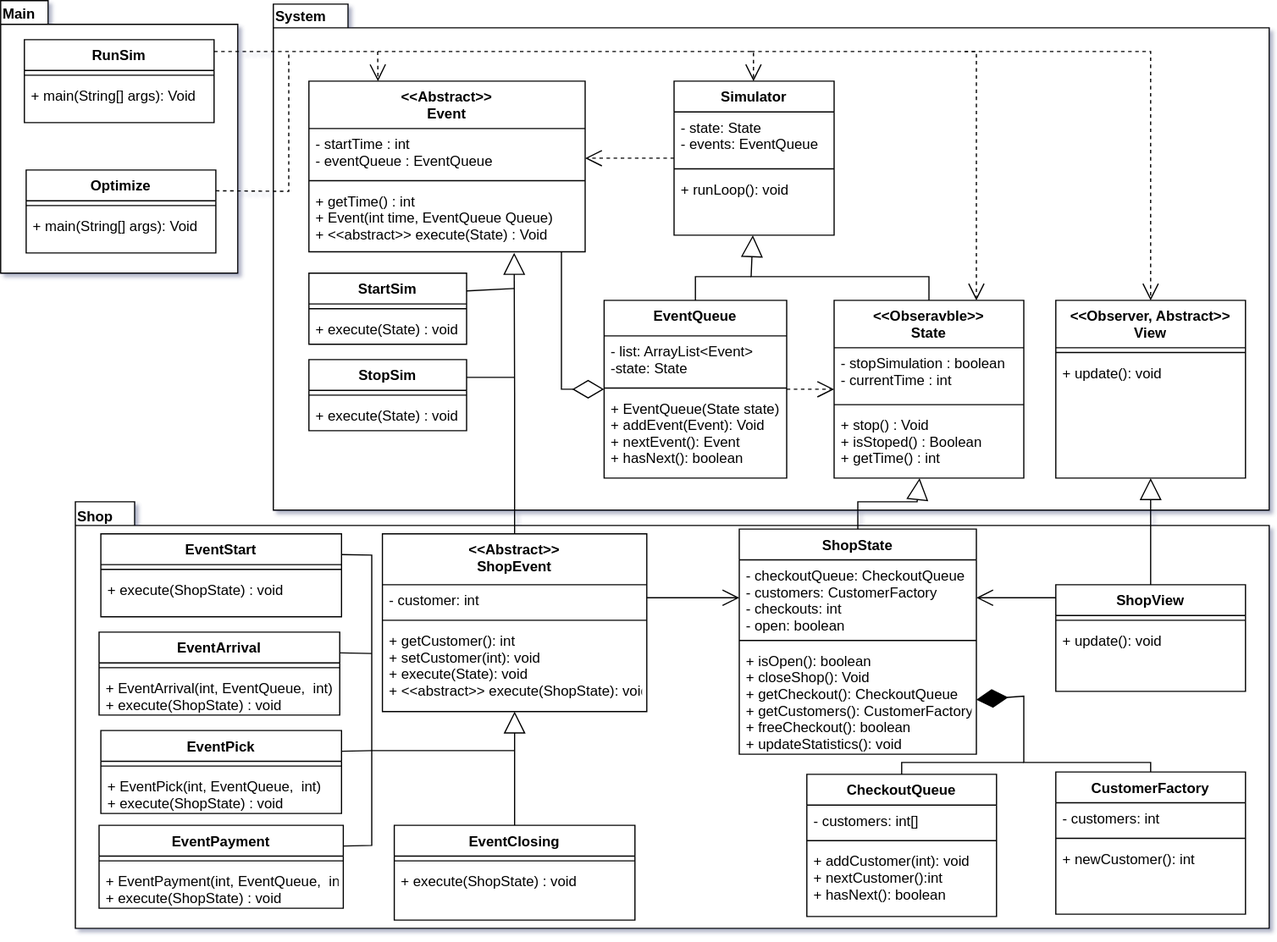
Earlier version of the draw.io export docs/uml.drawio.svg (Spooky-Firefox/labb_6). Source tidied: cells renumbered, new cells last; positions are measured from the earlier drawing's top-left corner, leaving out a move shared by most shapes.
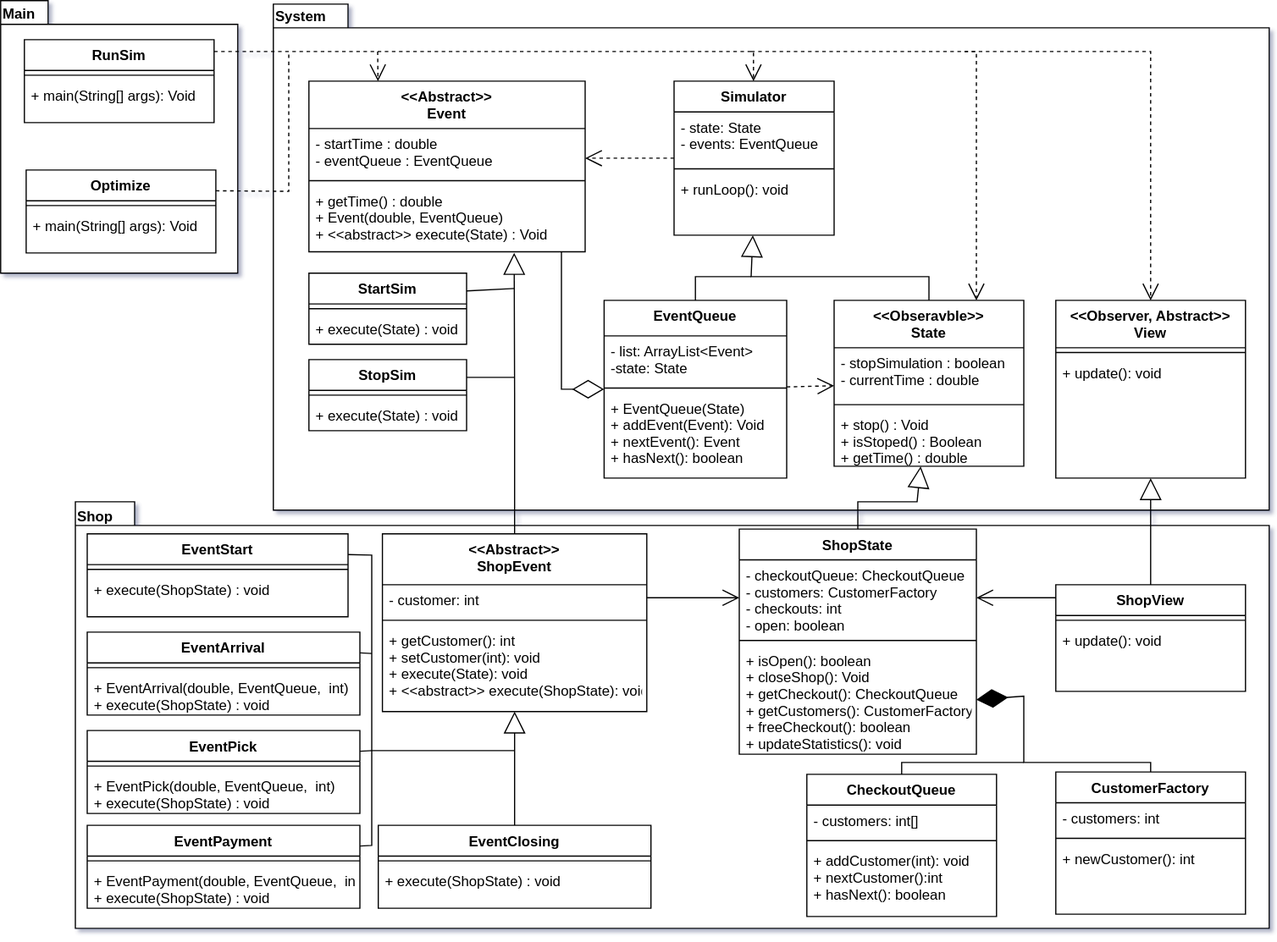
The same diagram one commit later.

Commit message:
Updates UML with double times

Diff of the diagram source:
```diff
@@ -32,19 +32,19 @@
     <mxCell id="11" style="line;strokeWidth=1;fillColor=none;align=left;verticalAlign=middle;spacingTop=-1;spacingLeft=3;spacingRight=3;labelPosition=right;strokeColor=inherit;" parent="9" vertex="1">
       <mxGeometry y="70" width="154" height="8" as="geometry" />
     </mxCell>
-    <mxCell id="12" value="+ EventQueue(State state)&#10;+ addEvent(Event): Void&#10;+ nextEvent(): Event&#10;+ hasNext(): boolean" style="text;strokeColor=none;fillColor=none;align=left;verticalAlign=top;spacingLeft=4;spacingRight=4;overflow=hidden;" parent="9" vertex="1">
+    <mxCell id="12" value="+ EventQueue(State)&#10;+ addEvent(Event): Void&#10;+ nextEvent(): Event&#10;+ hasNext(): boolean" style="text;strokeColor=none;fillColor=none;align=left;verticalAlign=top;spacingLeft=4;spacingRight=4;overflow=hidden;" parent="9" vertex="1">
       <mxGeometry y="78" width="154" height="72" as="geometry" />
     </mxCell>
     <mxCell id="13" value="&lt;&lt;Abstract&gt;&gt;&#10;Event" style="swimlane;fontStyle=1;align=center;verticalAlign=top;horizontal=1;startSize=40;" parent="1" vertex="1">
       <mxGeometry x="260" y="68" width="233" height="144" as="geometry" />
     </mxCell>
-    <mxCell id="14" value="- startTime : int&#10;- eventQueue : EventQueue" style="text;strokeColor=none;fillColor=none;align=left;verticalAlign=top;spacingLeft=4;spacingRight=4;overflow=hidden;" parent="13" vertex="1">
+    <mxCell id="14" value="- startTime : double&#10;- eventQueue : EventQueue" style="text;strokeColor=none;fillColor=none;align=left;verticalAlign=top;spacingLeft=4;spacingRight=4;overflow=hidden;" parent="13" vertex="1">
       <mxGeometry y="40" width="233" height="40" as="geometry" />
     </mxCell>
     <mxCell id="15" style="line;strokeWidth=1;fillColor=none;align=left;verticalAlign=middle;spacingTop=-1;spacingLeft=3;spacingRight=3;labelPosition=right;strokeColor=inherit;" parent="13" vertex="1">
       <mxGeometry y="80" width="233" height="8" as="geometry" />
     </mxCell>
-    <mxCell id="16" value="+ getTime() : int&#10;+ Event(int time, EventQueue Queue)&#10;+ &lt;&lt;abstract&gt;&gt; execute(State) : Void" style="text;strokeColor=none;fillColor=none;align=left;verticalAlign=top;spacingLeft=4;spacingRight=4;overflow=hidden;points=[[0,0.5],[1,0.5]];portConstraint=eastwest;" parent="13" vertex="1">
+    <mxCell id="16" value="+ getTime() : double&#10;+ Event(double, EventQueue)&#10;+ &lt;&lt;abstract&gt;&gt; execute(State) : Void" style="text;strokeColor=none;fillColor=none;align=left;verticalAlign=top;spacingLeft=4;spacingRight=4;overflow=hidden;points=[[0,0.5],[1,0.5]];portConstraint=eastwest;" parent="13" vertex="1">
       <mxGeometry y="88" width="233" height="56" as="geometry" />
     </mxCell>
     <mxCell id="17" style="endArrow=diamondThin;endFill=0;endSize=24;html=1;rounded=0;edgeStyle=orthogonalEdgeStyle;" parent="1" edge="1" source="13" target="9">
@@ -55,16 +55,16 @@
       </mxGeometry>
     </mxCell>
     <mxCell id="18" value="&lt;&lt;Obseravble&gt;&gt;&#10;State" style="swimlane;fontStyle=1;align=center;verticalAlign=top;horizontal=1;startSize=40;" parent="1" vertex="1">
-      <mxGeometry x="703" y="253" width="160" height="150" as="geometry" />
+      <mxGeometry x="703" y="253" width="160" height="140" as="geometry" />
     </mxCell>
-    <mxCell id="19" value="- stopSimulation : boolean&#10;- currentTime : int" style="text;strokeColor=none;fillColor=none;align=left;verticalAlign=top;spacingLeft=4;spacingRight=4;overflow=hidden;" parent="18" vertex="1">
+    <mxCell id="19" value="- stopSimulation : boolean&#10;- currentTime : double" style="text;strokeColor=none;fillColor=none;align=left;verticalAlign=top;spacingLeft=4;spacingRight=4;overflow=hidden;" parent="18" vertex="1">
       <mxGeometry y="40" width="160" height="44" as="geometry" />
     </mxCell>
     <mxCell id="20" style="line;strokeWidth=1;fillColor=none;align=left;verticalAlign=middle;spacingTop=-1;spacingLeft=3;spacingRight=3;labelPosition=right;strokeColor=inherit;" parent="18" vertex="1">
       <mxGeometry y="84" width="160" height="8" as="geometry" />
     </mxCell>
-    <mxCell id="21" value="+ stop() : Void&#10;+ isStoped() : Boolean&#10;+ getTime() : int" style="text;strokeColor=none;fillColor=none;align=left;verticalAlign=top;spacingLeft=4;spacingRight=4;overflow=hidden;" parent="18" vertex="1">
-      <mxGeometry y="92" width="160" height="58" as="geometry" />
+    <mxCell id="21" value="+ stop() : Void&#10;+ isStoped() : Boolean&#10;+ getTime() : double" style="text;strokeColor=none;fillColor=none;align=left;verticalAlign=top;spacingLeft=4;spacingRight=4;overflow=hidden;" parent="18" vertex="1">
+      <mxGeometry y="92" width="160" height="48" as="geometry" />
     </mxCell>
     <mxCell id="22" value="&lt;&lt;Observer, Abstract&gt;&gt;&#10;View" style="swimlane;fontStyle=1;align=center;verticalAlign=top;horizontal=1;startSize=40;" parent="1" vertex="1">
       <mxGeometry x="890" y="253" width="160" height="150" as="geometry" />
@@ -162,40 +162,40 @@
       <mxGeometry y="34" width="160" height="36" as="geometry" />
     </mxCell>
     <mxCell id="51" value="EventArrival" style="swimlane;fontStyle=1;align=center;verticalAlign=top;horizontal=1;startSize=26;" parent="1" vertex="1">
-      <mxGeometry x="83" y="533" width="203" height="70" as="geometry" />
+      <mxGeometry x="73" y="533" width="230" height="70" as="geometry" />
     </mxCell>
     <mxCell id="52" style="line;strokeWidth=1;fillColor=none;align=left;verticalAlign=middle;spacingTop=-1;spacingLeft=3;spacingRight=3;labelPosition=right;strokeColor=inherit;" parent="51" vertex="1">
-      <mxGeometry y="26" width="203" height="8" as="geometry" />
+      <mxGeometry y="26" width="230" height="8" as="geometry" />
     </mxCell>
-    <mxCell id="53" value="+ EventArrival(int, EventQueue,  int)&#10;+ execute(ShopState) : void" style="text;strokeColor=none;fillColor=none;align=left;verticalAlign=top;spacingLeft=4;spacingRight=4;overflow=hidden;" parent="51" vertex="1">
-      <mxGeometry y="34" width="203" height="36" as="geometry" />
+    <mxCell id="53" value="+ EventArrival(double, EventQueue,  int)&#10;+ execute(ShopState) : void" style="text;strokeColor=none;fillColor=none;align=left;verticalAlign=top;spacingLeft=4;spacingRight=4;overflow=hidden;" parent="51" vertex="1">
+      <mxGeometry y="34" width="230" height="36" as="geometry" />
     </mxCell>
     <mxCell id="54" value="EventPick" style="swimlane;fontStyle=1;align=center;verticalAlign=top;horizontal=1;startSize=26;" parent="1" vertex="1">
-      <mxGeometry x="84.5" y="616" width="203" height="70" as="geometry" />
+      <mxGeometry x="73" y="616" width="230" height="70" as="geometry" />
     </mxCell>
     <mxCell id="55" style="line;strokeWidth=1;fillColor=none;align=left;verticalAlign=middle;spacingTop=-1;spacingLeft=3;spacingRight=3;labelPosition=right;strokeColor=inherit;" parent="54" vertex="1">
-      <mxGeometry y="26" width="203" height="8" as="geometry" />
+      <mxGeometry y="26" width="230" height="8" as="geometry" />
     </mxCell>
-    <mxCell id="56" value="+ EventPick(int, EventQueue,  int)&#10;+ execute(ShopState) : void" style="text;strokeColor=none;fillColor=none;align=left;verticalAlign=top;spacingLeft=4;spacingRight=4;overflow=hidden;" parent="54" vertex="1">
-      <mxGeometry y="34" width="203" height="36" as="geometry" />
+    <mxCell id="56" value="+ EventPick(double, EventQueue,  int)&#10;+ execute(ShopState) : void" style="text;strokeColor=none;fillColor=none;align=left;verticalAlign=top;spacingLeft=4;spacingRight=4;overflow=hidden;" parent="54" vertex="1">
+      <mxGeometry y="34" width="230" height="36" as="geometry" />
     </mxCell>
     <mxCell id="57" value="EventPayment" style="swimlane;fontStyle=1;align=center;verticalAlign=top;horizontal=1;startSize=26;" parent="1" vertex="1">
-      <mxGeometry x="83" y="696" width="206" height="70" as="geometry" />
+      <mxGeometry x="73" y="696" width="230" height="70" as="geometry" />
     </mxCell>
     <mxCell id="58" style="line;strokeWidth=1;fillColor=none;align=left;verticalAlign=middle;spacingTop=-1;spacingLeft=3;spacingRight=3;labelPosition=right;strokeColor=inherit;" parent="57" vertex="1">
-      <mxGeometry y="26" width="206" height="8" as="geometry" />
+      <mxGeometry y="26" width="230" height="8" as="geometry" />
     </mxCell>
-    <mxCell id="59" value="+ EventPayment(int, EventQueue,  int)&#10;+ execute(ShopState) : void" style="text;strokeColor=none;fillColor=none;align=left;verticalAlign=top;spacingLeft=4;spacingRight=4;overflow=hidden;" parent="57" vertex="1">
-      <mxGeometry y="34" width="206" height="36" as="geometry" />
+    <mxCell id="59" value="+ EventPayment(double, EventQueue,  int)&#10;+ execute(ShopState) : void" style="text;strokeColor=none;fillColor=none;align=left;verticalAlign=top;spacingLeft=4;spacingRight=4;overflow=hidden;" parent="57" vertex="1">
+      <mxGeometry y="34" width="230" height="36" as="geometry" />
     </mxCell>
     <mxCell id="60" value="EventClosing" style="swimlane;fontStyle=1;align=center;verticalAlign=top;horizontal=1;startSize=26;" parent="1" vertex="1">
-      <mxGeometry x="332" y="696" width="203" height="80" as="geometry" />
+      <mxGeometry x="318.5" y="696" width="230" height="70" as="geometry" />
     </mxCell>
     <mxCell id="61" style="line;strokeWidth=1;fillColor=none;align=left;verticalAlign=middle;spacingTop=-1;spacingLeft=3;spacingRight=3;labelPosition=right;strokeColor=inherit;" parent="60" vertex="1">
-      <mxGeometry y="26" width="203" height="8" as="geometry" />
+      <mxGeometry y="26" width="230" height="8" as="geometry" />
     </mxCell>
     <mxCell id="62" value="+ execute(ShopState) : void" style="text;strokeColor=none;fillColor=none;align=left;verticalAlign=top;spacingLeft=4;spacingRight=4;overflow=hidden;" parent="60" vertex="1">
-      <mxGeometry y="34" width="203" height="46" as="geometry" />
+      <mxGeometry y="34" width="230" height="36" as="geometry" />
     </mxCell>
     <mxCell id="63" style="endArrow=block;endSize=16;endFill=0;html=1;rounded=0;entryX=0.743;entryY=1.015;entryDx=0;entryDy=0;entryPerimeter=0;edgeStyle=orthogonalEdgeStyle;" parent="1" edge="1" source="74" target="16">
       <mxGeometry relative="1" as="geometry" />
@@ -334,13 +334,13 @@
       </mxGeometry>
     </mxCell>
     <mxCell id="89" value="EventStart" style="swimlane;fontStyle=1;align=center;verticalAlign=top;horizontal=1;startSize=26;" parent="1" vertex="1">
-      <mxGeometry x="84.5" y="450" width="203" height="70" as="geometry" />
+      <mxGeometry x="73" y="450" width="220" height="70" as="geometry" />
     </mxCell>
     <mxCell id="90" style="line;strokeWidth=1;fillColor=none;align=left;verticalAlign=middle;spacingTop=-1;spacingLeft=3;spacingRight=3;labelPosition=right;strokeColor=inherit;" parent="89" vertex="1">
-      <mxGeometry y="26" width="203" height="8" as="geometry" />
+      <mxGeometry y="26" width="220" height="8" as="geometry" />
     </mxCell>
     <mxCell id="91" value="+ execute(ShopState) : void" style="text;strokeColor=none;fillColor=none;align=left;verticalAlign=top;spacingLeft=4;spacingRight=4;overflow=hidden;" parent="89" vertex="1">
-      <mxGeometry y="34" width="203" height="36" as="geometry" />
+      <mxGeometry y="34" width="220" height="36" as="geometry" />
     </mxCell>
     <mxCell id="92" style="endArrow=none;html=1;rounded=0;exitX=1;exitY=0.25;exitDx=0;exitDy=0;" parent="1" edge="1" source="51">
       <mxGeometry relative="1" as="geometry">
```
